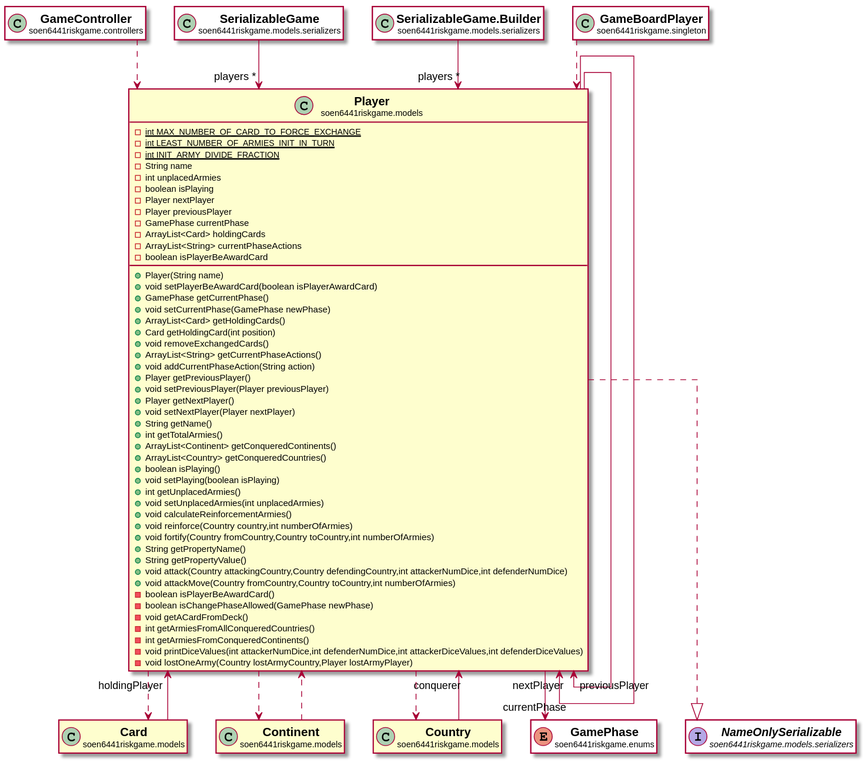
Earlier version of the PlantUML export docs/javadocs/soen6441riskgame/models/Player.svg (huntertran/soen6441-riskgame).
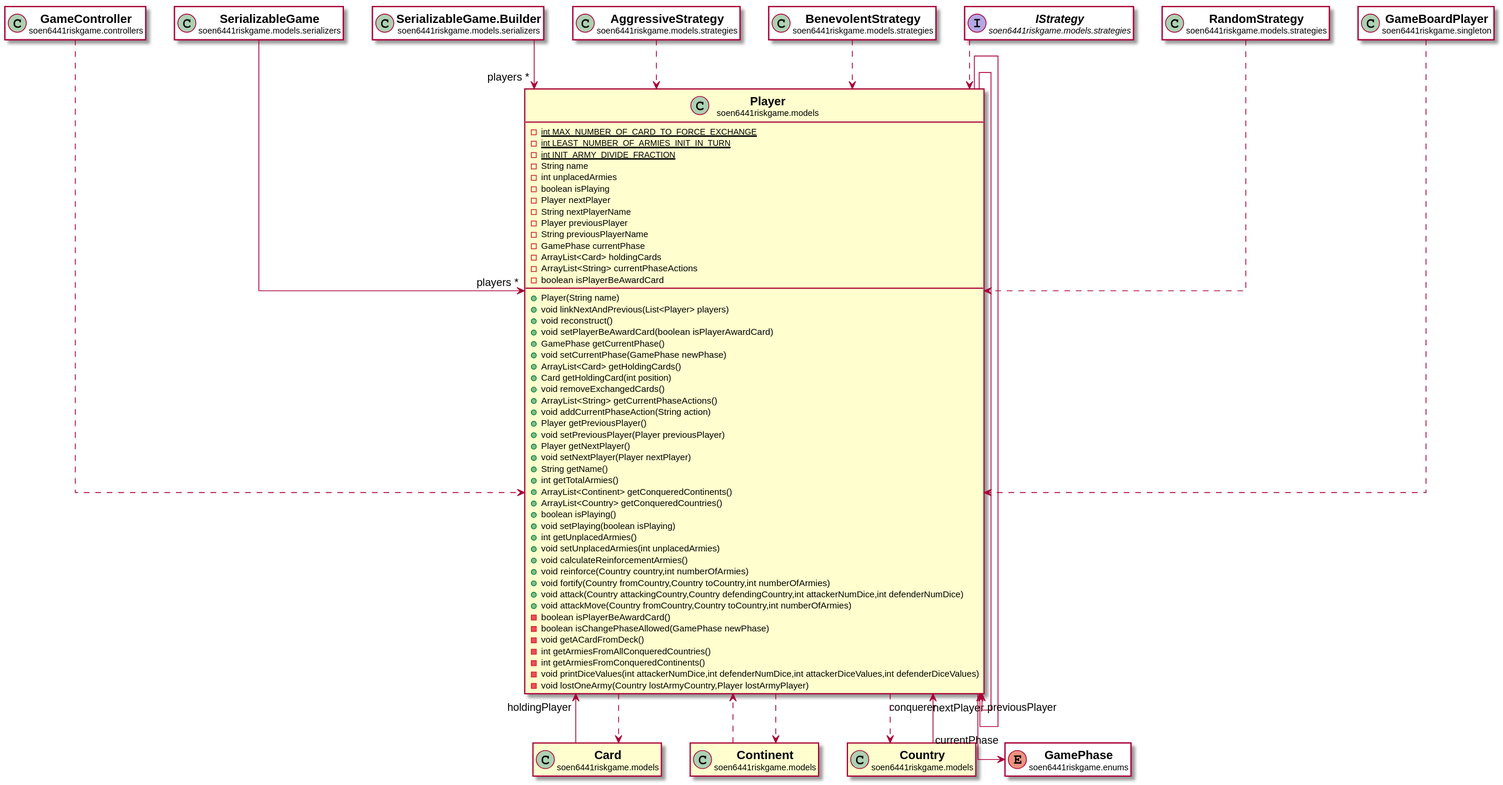
Later version of the same file.

The edit, as a diff of the source:
```diff
@@ -11,12 +11,16 @@
 -int unplacedArmies
 -boolean isPlaying
 -Player nextPlayer
+-String nextPlayerName
 -Player previousPlayer
+-String previousPlayerName
 -GamePhase currentPhase
 -ArrayList<Card> holdingCards
 -ArrayList<String> currentPhaseActions
 -boolean isPlayerBeAwardCard
 +Player(String name)
++void linkNextAndPrevious(List<Player> players)
++void reconstruct()
 +void setPlayerBeAwardCard(boolean isPlayerAwardCard)
 +GamePhase getCurrentPhase()
 +void setCurrentPhase(GamePhase newPhase)
@@ -40,8 +44,6 @@
 +void calculateReinforcementArmies()
 +void reinforce(Country country,int numberOfArmies)
 +void fortify(Country fromCountry,Country toCountry,int numberOfArmies)
-+String getPropertyName()
-+String getPropertyValue()
 +void attack(Country attackingCountry,Country defendingCountry,int attackerNumDice,int defenderNumDice)
 +void attackMove(Country fromCountry,Country toCountry,int numberOfArmies)
 -boolean isPlayerBeAwardCard()
@@ -103,13 +105,6 @@
 
 
 
-interface "<b><size:14>NameOnlySerializable</b>\n<size:10>soen6441riskgame.models.serializers" as soen6441riskgame.models.serializers.NameOnlySerializable  [[../../soen6441riskgame/models/serializers/NameOnlySerializable.html{soen6441riskgame.models.serializers.NameOnlySerializable}]] #white {
-}
-
-hide soen6441riskgame.models.serializers.NameOnlySerializable fields
-hide soen6441riskgame.models.serializers.NameOnlySerializable methods
-
-soen6441riskgame.models.Player ..|> soen6441riskgame.models.serializers.NameOnlySerializable
 
 
 soen6441riskgame.models.Player ..> soen6441riskgame.models.Continent
@@ -133,6 +128,38 @@
 
 soen6441riskgame.models.serializers.SerializableGame.Builder -->  "players *" soen6441riskgame.models.Player
 
+class "<b><size:14>AggressiveStrategy</b>\n<size:10>soen6441riskgame.models.strategies" as soen6441riskgame.models.strategies.AggressiveStrategy  [[../../soen6441riskgame/models/strategies/AggressiveStrategy.html{soen6441riskgame.models.strategies.AggressiveStrategy}]] #white {
+}
+
+hide soen6441riskgame.models.strategies.AggressiveStrategy fields
+hide soen6441riskgame.models.strategies.AggressiveStrategy methods
+
+soen6441riskgame.models.strategies.AggressiveStrategy ..> soen6441riskgame.models.Player
+
+class "<b><size:14>BenevolentStrategy</b>\n<size:10>soen6441riskgame.models.strategies" as soen6441riskgame.models.strategies.BenevolentStrategy  [[../../soen6441riskgame/models/strategies/BenevolentStrategy.html{soen6441riskgame.models.strategies.BenevolentStrategy}]] #white {
+}
+
+hide soen6441riskgame.models.strategies.BenevolentStrategy fields
+hide soen6441riskgame.models.strategies.BenevolentStrategy methods
+
+soen6441riskgame.models.strategies.BenevolentStrategy ..> soen6441riskgame.models.Player
+
+interface "<b><size:14>IStrategy</b>\n<size:10>soen6441riskgame.models.strategies" as soen6441riskgame.models.strategies.IStrategy  [[../../soen6441riskgame/models/strategies/IStrategy.html{soen6441riskgame.models.strategies.IStrategy}]] #white {
+}
+
+hide soen6441riskgame.models.strategies.IStrategy fields
+hide soen6441riskgame.models.strategies.IStrategy methods
+
+soen6441riskgame.models.strategies.IStrategy ..> soen6441riskgame.models.Player
+
+class "<b><size:14>RandomStrategy</b>\n<size:10>soen6441riskgame.models.strategies" as soen6441riskgame.models.strategies.RandomStrategy  [[../../soen6441riskgame/models/strategies/RandomStrategy.html{soen6441riskgame.models.strategies.RandomStrategy}]] #white {
+}
+
+hide soen6441riskgame.models.strategies.RandomStrategy fields
+hide soen6441riskgame.models.strategies.RandomStrategy methods
+
+soen6441riskgame.models.strategies.RandomStrategy ..> soen6441riskgame.models.Player
+
 class "<b><size:14>GameBoardPlayer</b>\n<size:10>soen6441riskgame.singleton" as soen6441riskgame.singleton.GameBoardPlayer  [[../../soen6441riskgame/singleton/GameBoardPlayer.html{soen6441riskgame.singleton.GameBoardPlayer}]] #white {
 }
 
```
